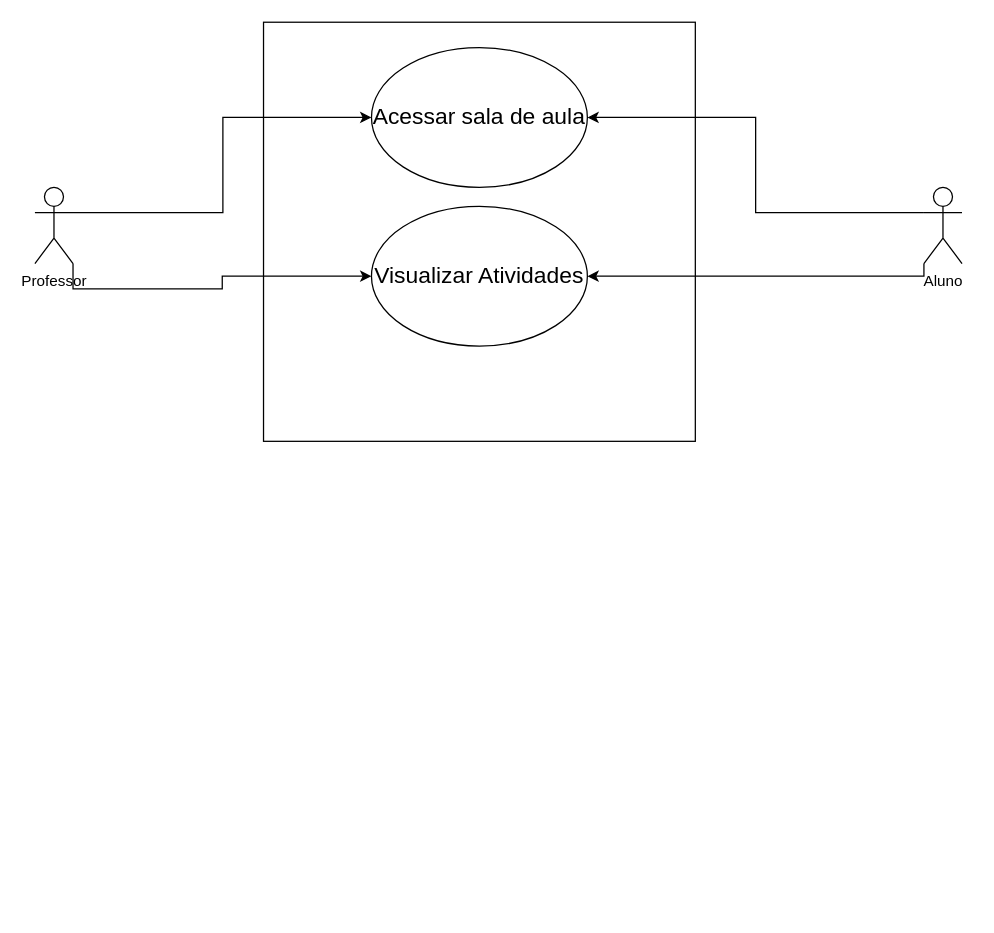
Above: Diagrama sem nome.drawio in CodeCenter-TADS-UERJ-ZO/C (draw.io), before the change. Source tidied: cells renumbered, new cells numbered last; positions are measured from the earlier drawing's top-left corner, leaving out a move shared by most shapes. Both pictures are drawn from the tidied source at 127%, with x=0, y=0 at pixel (34, 22).
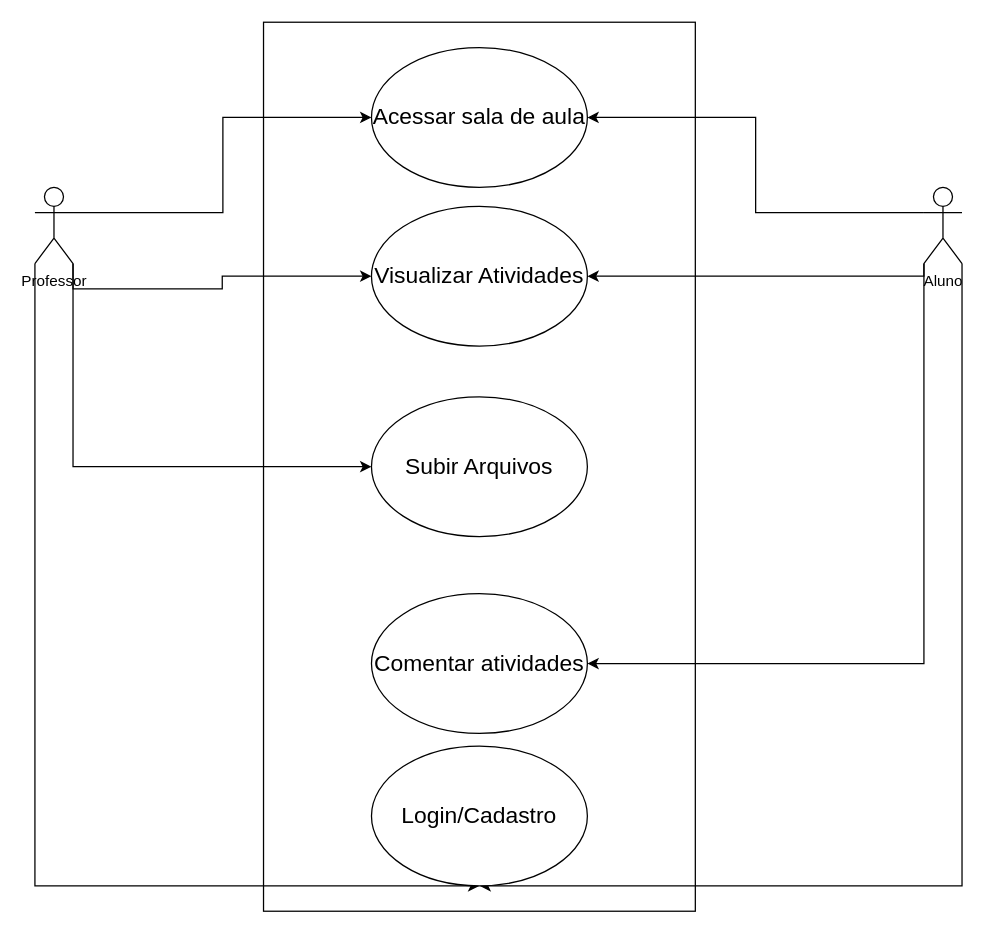
The same diagram, later.

The change refers to these unchanged cells:
```xml
<mxCell id="7" value="Aluno&lt;br&gt;" style="shape=umlActor;verticalLabelPosition=bottom;verticalAlign=top;html=1;outlineConnect=0;" parent="1" vertex="1">
  <mxGeometry x="700" y="130" width="30" height="60" as="geometry" />
</mxCell>
<mxCell id="9" value="Professor&lt;br&gt;" style="shape=umlActor;verticalLabelPosition=bottom;verticalAlign=top;html=1;outlineConnect=0;" parent="1" vertex="1">
  <mxGeometry y="130" width="30" height="60" as="geometry" />
</mxCell>
```

Change to the diagram source:
```diff
@@
     <mxCell id="2" style="rounded=0;whiteSpace=wrap;html=1;" parent="1" vertex="1">
-      <mxGeometry x="180" width="340" height="330" as="geometry" />
+      <mxGeometry x="180" width="340" height="700" as="geometry" />
     </mxCell>
@@
+    <mxCell id="11" style="edgeStyle=orthogonalEdgeStyle;rounded=0;jettySize=auto;html=1;exitX=0;exitY=1;exitDx=0;exitDy=0;exitPerimeter=0;entryX=1;entryY=0.5;entryDx=0;entryDy=0;" parent="1" edge="1" source="7" target="16">
+      <mxGeometry relative="1" as="geometry" />
+    </mxCell>
+    <mxCell id="12" style="edgeStyle=orthogonalEdgeStyle;rounded=0;jettySize=auto;html=1;exitX=1;exitY=1;exitDx=0;exitDy=0;exitPerimeter=0;entryX=0.5;entryY=1;entryDx=0;entryDy=0;" parent="1" edge="1" source="7" target="17">
+      <mxGeometry relative="1" as="geometry">
+        <Array as="points">
+          <mxPoint x="730" y="680" />
+        </Array>
+      </mxGeometry>
+    </mxCell>
@@
+    <mxCell id="13" style="edgeStyle=orthogonalEdgeStyle;rounded=0;jettySize=auto;html=1;exitX=1;exitY=1;exitDx=0;exitDy=0;exitPerimeter=0;entryX=0;entryY=0.5;entryDx=0;entryDy=0;" parent="1" edge="1" source="9" target="15">
+      <mxGeometry relative="1" as="geometry" />
+    </mxCell>
+    <mxCell id="14" style="edgeStyle=orthogonalEdgeStyle;rounded=0;jettySize=auto;html=1;exitX=0;exitY=1;exitDx=0;exitDy=0;exitPerimeter=0;entryX=0.5;entryY=1;entryDx=0;entryDy=0;" parent="1" edge="1" source="9" target="17">
+      <mxGeometry relative="1" as="geometry">
+        <Array as="points">
+          <mxPoint y="680" />
+        </Array>
+      </mxGeometry>
+    </mxCell>
@@
+    <mxCell id="15" value="Subir Arquivos" style="ellipse;whiteSpace=wrap;html=1;fontSize=18;" parent="1" vertex="1">
+      <mxGeometry x="265" y="295" width="170" height="110" as="geometry" />
+    </mxCell>
+    <mxCell id="16" value="Comentar atividades" style="ellipse;whiteSpace=wrap;html=1;fontSize=18;" parent="1" vertex="1">
+      <mxGeometry x="265" y="450" width="170" height="110" as="geometry" />
+    </mxCell>
+    <mxCell id="17" value="Login/Cadastro" style="ellipse;whiteSpace=wrap;html=1;fontSize=18;" parent="1" vertex="1">
+      <mxGeometry x="265" y="570" width="170" height="110" as="geometry" />
+    </mxCell>
```
